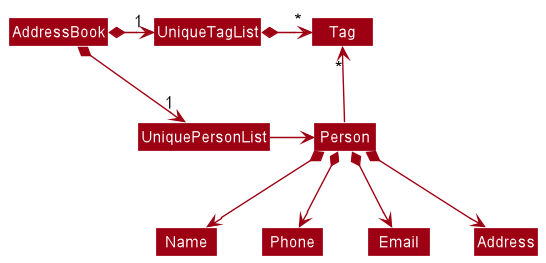
This is docs/images/BetterModelClassDiagram.png from nus-cs2103-AY2122S1/tp, a PlantUML export, as it was before one commit. Source of this version:
```plantuml
@startuml
!include style.puml
skinparam arrowThickness 1.1
skinparam arrowColor MODEL_COLOR
skinparam classBackgroundColor MODEL_COLOR

AddressBook *-right-> "1" UniquePersonList
AddressBook *-right-> "1" UniqueTagList
UniqueTagList -[hidden]down- UniquePersonList
UniqueTagList -[hidden]down- UniquePersonList

UniqueTagList *-right-> "*" Tag
UniquePersonList -right-> Person

Person -up-> "*" Tag

Person *--> Name
Person *--> Phone
Person *--> Email
Person *--> Address
@enduml
```
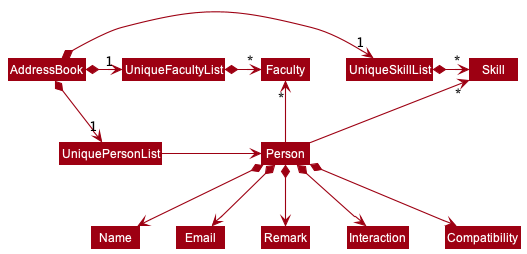
The same file after the commit.

Commit message:
Update Model class diagrams for Developer Guide

The edit, as a diff of the source:
```diff
@@ -5,17 +5,20 @@
 skinparam classBackgroundColor MODEL_COLOR
 
 AddressBook *-right-> "1" UniquePersonList
-AddressBook *-right-> "1" UniqueTagList
-UniqueTagList -[hidden]down- UniquePersonList
-UniqueTagList -[hidden]down- UniquePersonList
+AddressBook *-right-> "1" UniqueSkillList
+AddressBook *-right-> "1" UniqueFacultyList
 
-UniqueTagList *-right-> "*" Tag
+UniqueFacultyList *-right-> "*" Faculty
+UniqueSkillList *-right-> "*" Skill
 UniquePersonList -right-> Person
 
-Person -up-> "*" Tag
+Person -up-> "*" Faculty
+Person -up-> "*" Skill
+
 
 Person *--> Name
-Person *--> Phone
 Person *--> Email
-Person *--> Address
+Person *--> Remark
+Person *--> Interaction
+Person *--> Compatibility
 @enduml
```
